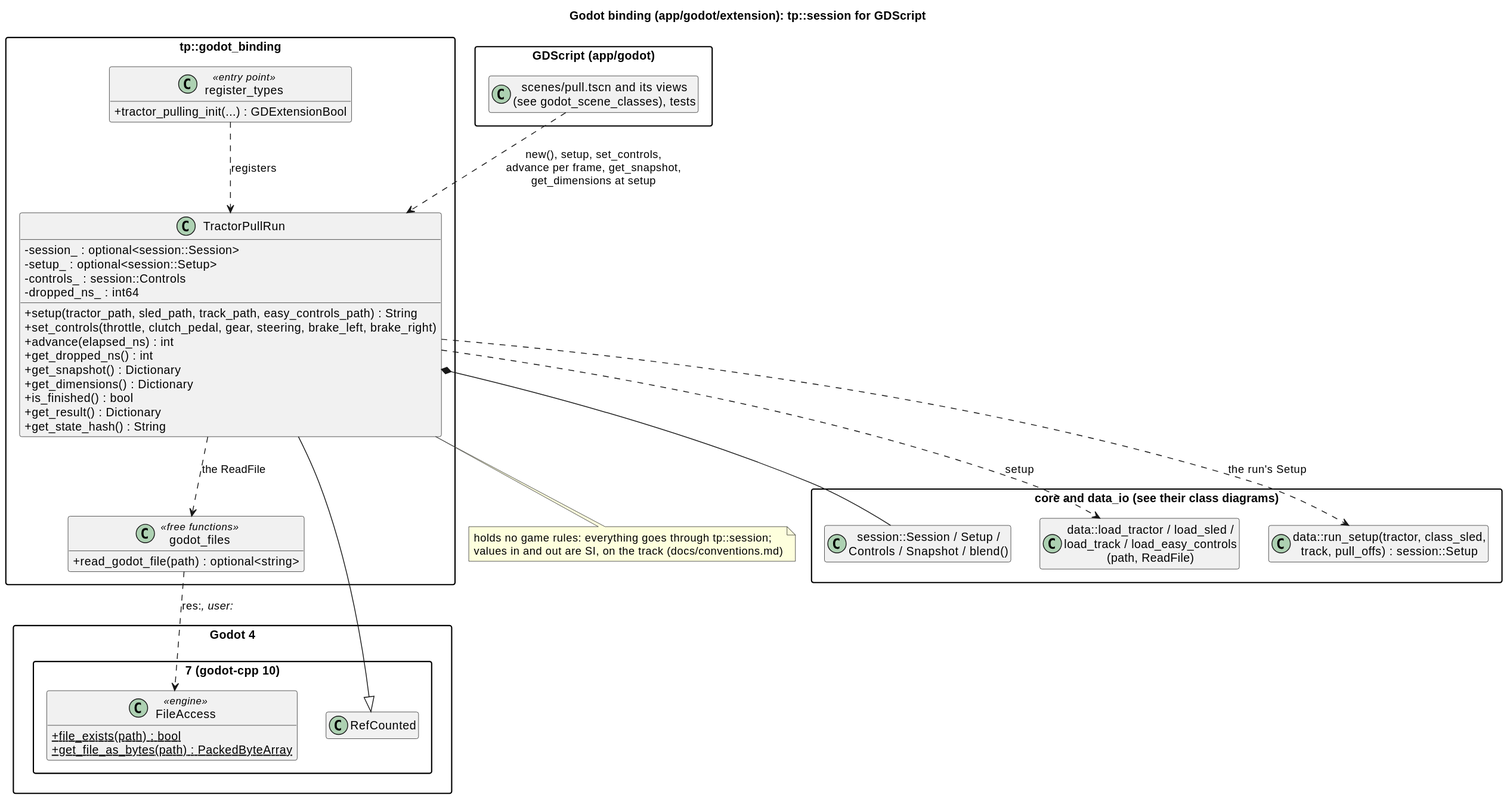
Before: docs/diagrams/svg/godot_classes.svg, a diagram exported from PlantUML (wversteeg/TractorPulling).
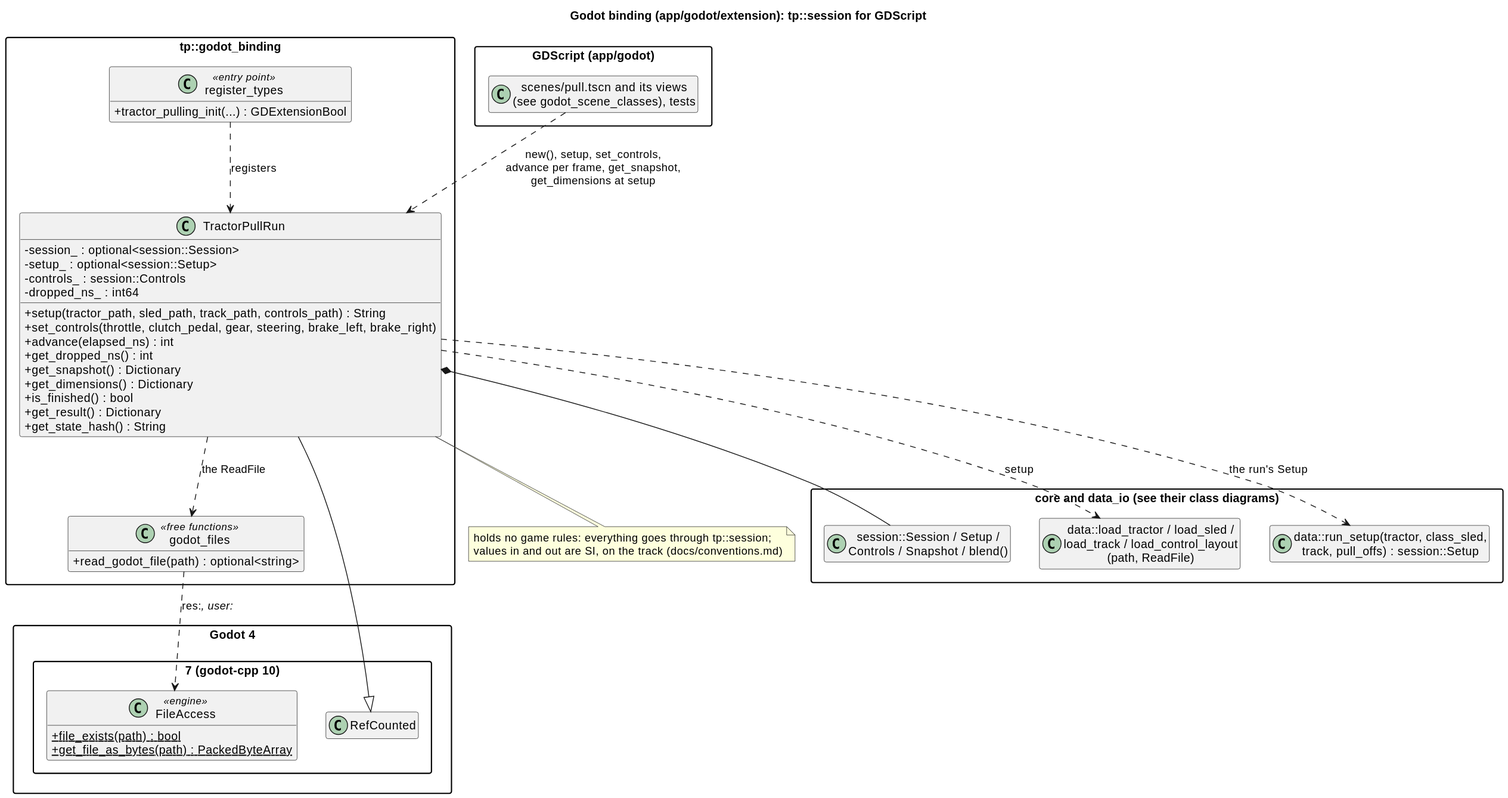
Above is the later version.

Commit message:
Docs and diagrams for the pro layout

What changed in the source:
```diff
@@ -18,7 +18,7 @@
     -setup_ : optional<session::Setup>
     -controls_ : session::Controls
     -dropped_ns_ : int64
-    +setup(tractor_path, sled_path, track_path, easy_controls_path) : String
+    +setup(tractor_path, sled_path, track_path, controls_path) : String
     +set_controls(throttle, clutch_pedal, gear, steering, brake_left, brake_right)
     +advance(elapsed_ns) : int
     +get_dropped_ns() : int
@@ -38,7 +38,7 @@
 
 package "core and data_io (see their class diagrams)" {
   class "session::Session / Setup /\nControls / Snapshot / blend()" as Session
-  class "data::load_tractor / load_sled /\nload_track / load_easy_controls\n(path, ReadFile)" as Loaders
+  class "data::load_tractor / load_sled /\nload_track / load_control_layout\n(path, ReadFile)" as Loaders
   class "data::run_setup(tractor, class_sled,\ntrack, pull_offs) : session::Setup" as RunSetup
 }
 
```
